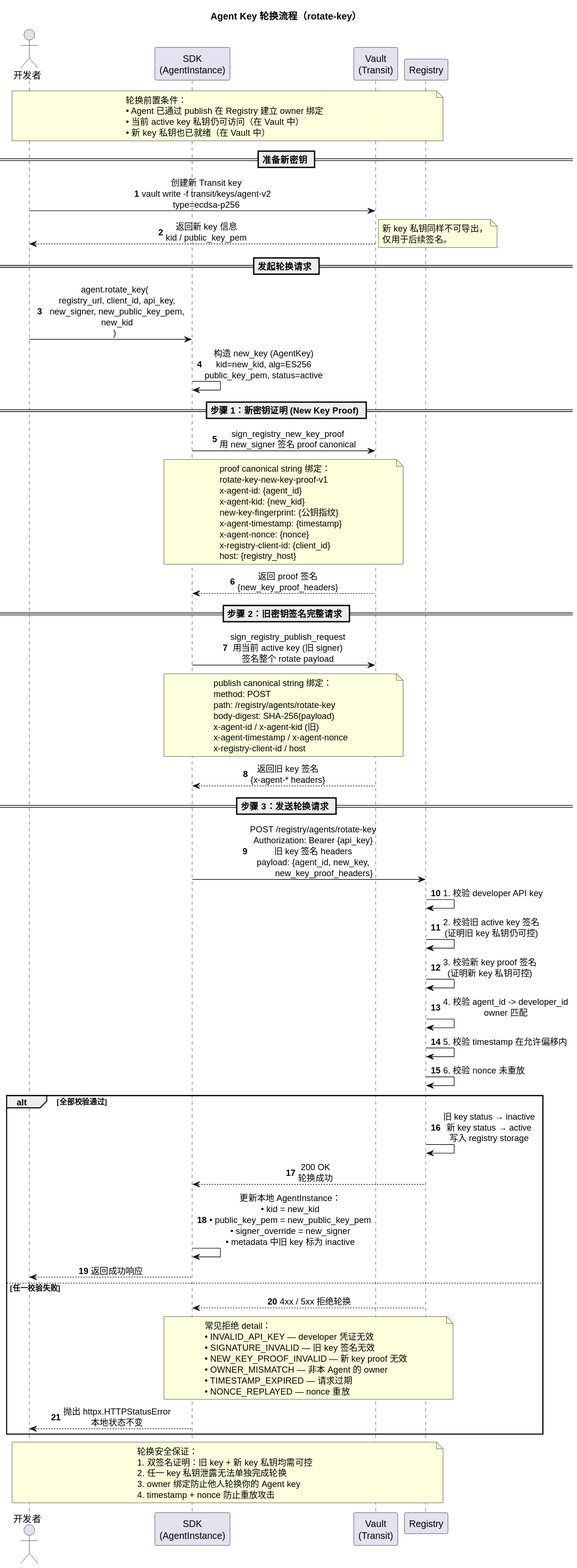
The PlantUML diagram docs/diagrams/sdk-key-rotation-sequence.svg in YiheHuang/agent_auth_sdk, before a commit. The source it was exported from:
```plantuml
@startuml
title Agent Key 轮换流程（rotate-key）

skinparam shadowing false
skinparam sequenceMessageAlign center
skinparam responseMessageBelowArrow true

<style>
  participant {
    Padding 28
  }
  box {
    Padding 10
  }
</style>

autonumber

actor "开发者" as Dev
participant "SDK\n(AgentInstance)" as SDK
participant "Vault\n(Transit)" as Vault
participant "Registry" as Registry

note over Dev, Registry
轮换前置条件：
• Agent 已通过 publish 在 Registry 建立 owner 绑定
• 当前 active key 私钥仍可访问（在 Vault 中）
• 新 key 私钥也已就绪（在 Vault 中）
end note

== 准备新密钥 ==

Dev -> Vault : 创建新 Transit key\nvault write -f transit/keys/agent-v2\ntype=ecdsa-p256
Vault --> Dev : 返回新 key 信息\nkid / public_key_pem
note right
新 key 私钥同样不可导出，
仅用于后续签名。
end note

== 发起轮换请求 ==

Dev -> SDK : agent.rotate_key(\n  registry_url, client_id, api_key,\n  new_signer, new_public_key_pem,\n  new_kid\n)

SDK -> SDK : 构造 new_key (AgentKey)\nkid=new_kid, alg=ES256\npublic_key_pem, status=active

== 步骤 1：新密钥证明 (New Key Proof) ==

SDK -> Vault : sign_registry_new_key_proof\n用 new_signer 签名 proof canonical
note over SDK, Vault
proof canonical string 绑定：
rotate-key-new-key-proof-v1
x-agent-id: {agent_id}
x-agent-kid: {new_kid}
new-key-fingerprint: {公钥指纹}
x-agent-timestamp: {timestamp}
x-agent-nonce: {nonce}
x-registry-client-id: {client_id}
host: {registry_host}
end note
Vault --> SDK : 返回 proof 签名\n{new_key_proof_headers}

== 步骤 2：旧密钥签名完整请求 ==

SDK -> Vault : sign_registry_publish_request\n用当前 active key (旧 signer)\n签名整个 rotate payload
note over SDK, Vault
publish canonical string 绑定：
method: POST
path: /registry/agents/rotate-key
body-digest: SHA-256(payload)
x-agent-id / x-agent-kid (旧)
x-agent-timestamp / x-agent-nonce
x-registry-client-id / host
end note
Vault --> SDK : 返回旧 key 签名\n{x-agent-* headers}

== 步骤 3：发送轮换请求 ==

SDK -> Registry : POST /registry/agents/rotate-key\nAuthorization: Bearer {api_key}\n旧 key 签名 headers\npayload: {agent_id, new_key,\n         new_key_proof_headers}

Registry -> Registry : 1. 校验 developer API key
Registry -> Registry : 2. 校验旧 active key 签名\n(证明旧 key 私钥仍可控)
Registry -> Registry : 3. 校验新 key proof 签名\n(证明新 key 私钥可控)
Registry -> Registry : 4. 校验 agent_id -> developer_id\nowner 匹配
Registry -> Registry : 5. 校验 timestamp 在允许偏移内
Registry -> Registry : 6. 校验 nonce 未重放

alt 全部校验通过
    Registry -> Registry : 旧 key status → inactive\n新 key status → active\n写入 registry storage
    Registry --> SDK : 200 OK\n轮换成功

    SDK -> SDK : 更新本地 AgentInstance：\n• kid = new_kid\n• public_key_pem = new_public_key_pem\n• signer_override = new_signer\n• metadata 中旧 key 标为 inactive
    SDK --> Dev : 返回成功响应

else 任一校验失败
    Registry --> SDK : 4xx / 5xx 拒绝轮换
    note over SDK, Registry
      常见拒绝 detail：
      • INVALID_API_KEY — developer 凭证无效
      • SIGNATURE_INVALID — 旧 key 签名无效
      • NEW_KEY_PROOF_INVALID — 新 key proof 无效
      • OWNER_MISMATCH — 非本 Agent 的 owner
      • TIMESTAMP_EXPIRED — 请求过期
      • NONCE_REPLAYED — nonce 重放
    end note
    SDK --> Dev : 抛出 httpx.HTTPStatusError\n本地状态不变
end

note over Dev, Registry
轮换安全保证：
1. 双签名证明：旧 key + 新 key 私钥均需可控
2. 任一 key 私钥泄露无法单独完成轮换
3. owner 绑定防止他人轮换你的 Agent key
4. timestamp + nonce 防止重放攻击
end note
@enduml
```
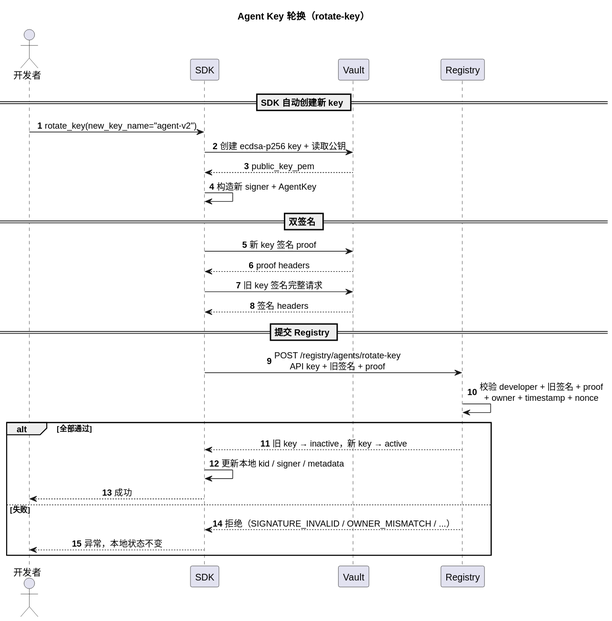
The same file after the commit.

Commit message:
chore: refine sequence diagrams + cleanup legacy descriptions

The edit, as a diff of the source:
```diff
@@ -1,115 +1,48 @@
 @startuml
-title Agent Key 轮换流程（rotate-key）
+title Agent Key 轮换（rotate-key）
 
 skinparam shadowing false
 skinparam sequenceMessageAlign center
 skinparam responseMessageBelowArrow true
 
 <style>
-  participant {
-    Padding 28
-  }
-  box {
-    Padding 10
-  }
+  participant { Padding 28 }
+  box { Padding 10 }
 </style>
 
 autonumber
 
 actor "开发者" as Dev
-participant "SDK\n(AgentInstance)" as SDK
-participant "Vault\n(Transit)" as Vault
+participant "SDK" as SDK
+participant "Vault" as Vault
 participant "Registry" as Registry
 
-note over Dev, Registry
-轮换前置条件：
-• Agent 已通过 publish 在 Registry 建立 owner 绑定
-• 当前 active key 私钥仍可访问（在 Vault 中）
-• 新 key 私钥也已就绪（在 Vault 中）
-end note
+== SDK 自动创建新 key ==
 
-== 准备新密钥 ==
+Dev -> SDK : rotate_key(new_key_name="agent-v2")
+SDK -> Vault : 创建 ecdsa-p256 key + 读取公钥
+Vault --> SDK : public_key_pem
+SDK -> SDK : 构造新 signer + AgentKey
 
-Dev -> Vault : 创建新 Transit key\nvault write -f transit/keys/agent-v2\ntype=ecdsa-p256
-Vault --> Dev : 返回新 key 信息\nkid / public_key_pem
-note right
-新 key 私钥同样不可导出，
-仅用于后续签名。
-end note
 
-== 发起轮换请求 ==
+== 双签名 ==
 
-Dev -> SDK : agent.rotate_key(\n  registry_url, client_id, api_key,\n  new_signer, new_public_key_pem,\n  new_kid\n)
+SDK -> Vault : 新 key 签名 proof
+Vault --> SDK : proof headers
+SDK -> Vault : 旧 key 签名完整请求
+Vault --> SDK : 签名 headers
 
-SDK -> SDK : 构造 new_key (AgentKey)\nkid=new_kid, alg=ES256\npublic_key_pem, status=active
+== 提交 Registry ==
 
-== 步骤 1：新密钥证明 (New Key Proof) ==
+SDK -> Registry : POST /registry/agents/rotate-key\nAPI key + 旧签名 + proof
+Registry -> Registry : 校验 developer + 旧签名 + proof\n+ owner + timestamp + nonce
 
-SDK -> Vault : sign_registry_new_key_proof\n用 new_signer 签名 proof canonical
-note over SDK, Vault
-proof canonical string 绑定：
-rotate-key-new-key-proof-v1
-x-agent-id: {agent_id}
-x-agent-kid: {new_kid}
-new-key-fingerprint: {公钥指纹}
-x-agent-timestamp: {timestamp}
-x-agent-nonce: {nonce}
-x-registry-client-id: {client_id}
-host: {registry_host}
-end note
-Vault --> SDK : 返回 proof 签名\n{new_key_proof_headers}
-
-== 步骤 2：旧密钥签名完整请求 ==
-
-SDK -> Vault : sign_registry_publish_request\n用当前 active key (旧 signer)\n签名整个 rotate payload
-note over SDK, Vault
-publish canonical string 绑定：
-method: POST
-path: /registry/agents/rotate-key
-body-digest: SHA-256(payload)
-x-agent-id / x-agent-kid (旧)
-x-agent-timestamp / x-agent-nonce
-x-registry-client-id / host
-end note
-Vault --> SDK : 返回旧 key 签名\n{x-agent-* headers}
-
-== 步骤 3：发送轮换请求 ==
-
-SDK -> Registry : POST /registry/agents/rotate-key\nAuthorization: Bearer {api_key}\n旧 key 签名 headers\npayload: {agent_id, new_key,\n         new_key_proof_headers}
-
-Registry -> Registry : 1. 校验 developer API key
-Registry -> Registry : 2. 校验旧 active key 签名\n(证明旧 key 私钥仍可控)
-Registry -> Registry : 3. 校验新 key proof 签名\n(证明新 key 私钥可控)
-Registry -> Registry : 4. 校验 agent_id -> developer_id\nowner 匹配
-Registry -> Registry : 5. 校验 timestamp 在允许偏移内
-Registry -> Registry : 6. 校验 nonce 未重放
-
-alt 全部校验通过
-    Registry -> Registry : 旧 key status → inactive\n新 key status → active\n写入 registry storage
-    Registry --> SDK : 200 OK\n轮换成功
-
-    SDK -> SDK : 更新本地 AgentInstance：\n• kid = new_kid\n• public_key_pem = new_public_key_pem\n• signer_override = new_signer\n• metadata 中旧 key 标为 inactive
-    SDK --> Dev : 返回成功响应
-
-else 任一校验失败
-    Registry --> SDK : 4xx / 5xx 拒绝轮换
-    note over SDK, Registry
-      常见拒绝 detail：
-      • INVALID_API_KEY — developer 凭证无效
-      • SIGNATURE_INVALID — 旧 key 签名无效
-      • NEW_KEY_PROOF_INVALID — 新 key proof 无效
-      • OWNER_MISMATCH — 非本 Agent 的 owner
-      • TIMESTAMP_EXPIRED — 请求过期
-      • NONCE_REPLAYED — nonce 重放
-    end note
-    SDK --> Dev : 抛出 httpx.HTTPStatusError\n本地状态不变
+alt 全部通过
+    Registry --> SDK : 旧 key → inactive，新 key → active
+    SDK -> SDK : 更新本地 kid / signer / metadata
+    SDK --> Dev : 成功
+else 失败
+    Registry --> SDK : 拒绝（SIGNATURE_INVALID / OWNER_MISMATCH / ...）
+    SDK --> Dev : 异常，本地状态不变
 end
-
-note over Dev, Registry
-轮换安全保证：
-1. 双签名证明：旧 key + 新 key 私钥均需可控
-2. 任一 key 私钥泄露无法单独完成轮换
-3. owner 绑定防止他人轮换你的 Agent key
-4. timestamp + nonce 防止重放攻击
-end note
 @enduml
```
